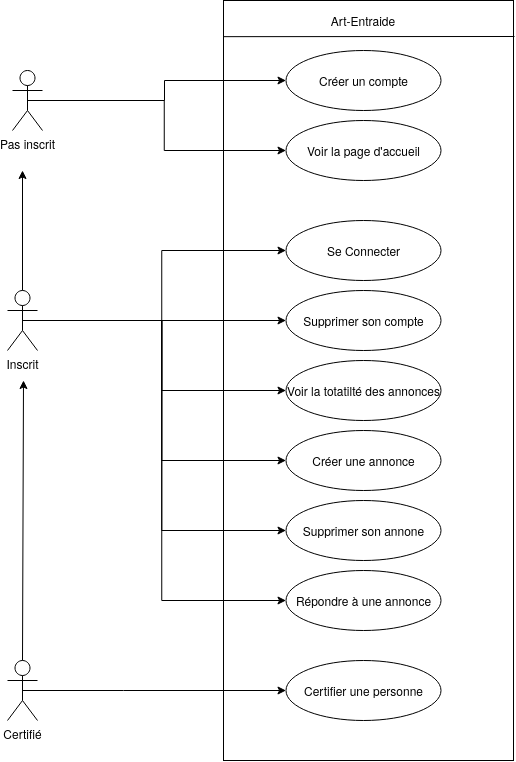
The draw.io diagram rapport/images/DCU.png in SkavenWannabe/ArtEntraide, before a commit. Source tidied: cells renumbered, new cells last; positions are measured from the earlier drawing's top-left corner, leaving out a move shared by most shapes. The source it was exported from:
```xml
<mxGraphModel>
  <root>
    <mxCell id="0" />
    <mxCell id="1" parent="0" />
    <mxCell id="2" style="rounded=0;whiteSpace=wrap;html=1;" parent="1" vertex="1">
      <mxGeometry x="216" width="290" height="760" as="geometry" />
    </mxCell>
    <mxCell id="3" style="edgeStyle=orthogonalEdgeStyle;rounded=0;jettySize=auto;html=1;entryX=0;entryY=0.5;entryDx=0;entryDy=0;shadow=0;sketch=0;exitX=0.5;exitY=0.5;exitDx=0;exitDy=0;exitPerimeter=0;" parent="1" edge="1" source="5" target="12">
      <mxGeometry relative="1" as="geometry">
        <Array as="points">
          <mxPoint x="157" y="100" />
          <mxPoint x="157" y="80" />
        </Array>
      </mxGeometry>
    </mxCell>
    <mxCell id="4" style="edgeStyle=orthogonalEdgeStyle;rounded=0;sketch=0;jettySize=auto;html=1;entryX=0;entryY=0.5;entryDx=0;entryDy=0;shadow=0;exitX=0.5;exitY=0.5;exitDx=0;exitDy=0;exitPerimeter=0;" parent="1" edge="1" source="5" target="8">
      <mxGeometry relative="1" as="geometry" />
    </mxCell>
    <mxCell id="5" value="&lt;div&gt;Pas inscrit&lt;br&gt;&lt;/div&gt;&lt;div&gt;&lt;br&gt;&lt;/div&gt;" style="shape=umlActor;verticalLabelPosition=bottom;verticalAlign=top;html=1;outlineConnect=0;" parent="1" vertex="1">
      <mxGeometry x="5" y="70" width="30" height="60" as="geometry" />
    </mxCell>
    <mxCell id="6" value="Art-Entraide" style="text;html=1;strokeColor=none;fillColor=none;align=center;verticalAlign=middle;whiteSpace=wrap;rounded=0;" parent="1" vertex="1">
      <mxGeometry x="316" y="10" width="80" height="20" as="geometry" />
    </mxCell>
    <mxCell id="7" value="Se Connecter" style="ellipse;whiteSpace=wrap;html=1;" parent="1" vertex="1">
      <mxGeometry x="278.5" y="220" width="155" height="60" as="geometry" />
    </mxCell>
    <mxCell id="8" value="Voir la page d'accueil" style="ellipse;whiteSpace=wrap;html=1;" parent="1" vertex="1">
      <mxGeometry x="278.5" y="120" width="155" height="60" as="geometry" />
    </mxCell>
    <mxCell id="9" value="Créer une annonce " style="ellipse;whiteSpace=wrap;html=1;" parent="1" vertex="1">
      <mxGeometry x="278.5" y="430" width="155" height="60" as="geometry" />
    </mxCell>
    <mxCell id="10" value="Répondre à une annonce " style="ellipse;whiteSpace=wrap;html=1;" parent="1" vertex="1">
      <mxGeometry x="278.5" y="570" width="155" height="60" as="geometry" />
    </mxCell>
    <mxCell id="11" value="Voir la totatilté des annonces" style="ellipse;whiteSpace=wrap;html=1;" parent="1" vertex="1">
      <mxGeometry x="278.5" y="360" width="155" height="60" as="geometry" />
    </mxCell>
    <mxCell id="12" value="Créer un compte" style="ellipse;whiteSpace=wrap;html=1;" parent="1" vertex="1">
      <mxGeometry x="278.5" y="50" width="155" height="60" as="geometry" />
    </mxCell>
    <mxCell id="13" style="edgeStyle=orthogonalEdgeStyle;rounded=0;sketch=0;jettySize=auto;html=1;exitX=0.5;exitY=0.5;exitDx=0;exitDy=0;exitPerimeter=0;entryX=0;entryY=0.5;entryDx=0;entryDy=0;shadow=0;" parent="1" edge="1" source="19" target="7">
      <mxGeometry relative="1" as="geometry" />
    </mxCell>
    <mxCell id="14" style="edgeStyle=orthogonalEdgeStyle;rounded=0;sketch=0;jettySize=auto;html=1;exitX=0.5;exitY=0.5;exitDx=0;exitDy=0;exitPerimeter=0;shadow=0;" parent="1" edge="1" source="19" target="20">
      <mxGeometry relative="1" as="geometry" />
    </mxCell>
    <mxCell id="15" style="edgeStyle=orthogonalEdgeStyle;rounded=0;sketch=0;jettySize=auto;html=1;exitX=0.5;exitY=0.5;exitDx=0;exitDy=0;exitPerimeter=0;entryX=0;entryY=0.5;entryDx=0;entryDy=0;shadow=0;" parent="1" edge="1" source="19" target="9">
      <mxGeometry relative="1" as="geometry" />
    </mxCell>
    <mxCell id="16" style="edgeStyle=orthogonalEdgeStyle;rounded=0;sketch=0;jettySize=auto;html=1;exitX=0.5;exitY=0.5;exitDx=0;exitDy=0;exitPerimeter=0;entryX=0;entryY=0.5;entryDx=0;entryDy=0;shadow=0;" parent="1" edge="1" source="19" target="21">
      <mxGeometry relative="1" as="geometry" />
    </mxCell>
    <mxCell id="17" style="edgeStyle=orthogonalEdgeStyle;rounded=0;sketch=0;jettySize=auto;html=1;exitX=0.5;exitY=0.5;exitDx=0;exitDy=0;exitPerimeter=0;entryX=0;entryY=0.5;entryDx=0;entryDy=0;shadow=0;" parent="1" edge="1" source="19" target="10">
      <mxGeometry relative="1" as="geometry" />
    </mxCell>
    <mxCell id="18" style="edgeStyle=orthogonalEdgeStyle;rounded=0;sketch=0;jettySize=auto;html=1;exitX=0.5;exitY=0.5;exitDx=0;exitDy=0;exitPerimeter=0;entryX=0;entryY=0.5;entryDx=0;entryDy=0;shadow=0;startArrow=none;startFill=0;endArrow=classic;endFill=1;" parent="1" edge="1" source="19" target="11">
      <mxGeometry relative="1" as="geometry" />
    </mxCell>
    <mxCell id="19" value="&lt;div&gt;Inscrit&lt;/div&gt;&lt;div&gt;&lt;br&gt;&lt;/div&gt;" style="shape=umlActor;verticalLabelPosition=bottom;verticalAlign=top;html=1;outlineConnect=0;" parent="1" vertex="1">
      <mxGeometry y="290" width="30" height="60" as="geometry" />
    </mxCell>
    <mxCell id="20" value="Supprimer son compte " style="ellipse;whiteSpace=wrap;html=1;" parent="1" vertex="1">
      <mxGeometry x="278.5" y="290" width="155" height="60" as="geometry" />
    </mxCell>
    <mxCell id="21" value="Supprimer son annone " style="ellipse;whiteSpace=wrap;html=1;" parent="1" vertex="1">
      <mxGeometry x="278.5" y="500" width="155" height="60" as="geometry" />
    </mxCell>
    <mxCell id="22" style="edgeStyle=orthogonalEdgeStyle;rounded=0;sketch=0;jettySize=auto;html=1;exitX=0.5;exitY=0.5;exitDx=0;exitDy=0;exitPerimeter=0;shadow=0;startArrow=none;startFill=0;endArrow=classic;endFill=1;" parent="1" edge="1" source="23" target="24">
      <mxGeometry relative="1" as="geometry">
        <Array as="points">
          <mxPoint x="116" y="690" />
          <mxPoint x="116" y="690" />
        </Array>
      </mxGeometry>
    </mxCell>
    <mxCell id="23" value="&lt;div&gt;Certifié&lt;/div&gt;&lt;div&gt;&lt;br&gt;&lt;/div&gt;" style="shape=umlActor;verticalLabelPosition=bottom;verticalAlign=top;html=1;outlineConnect=0;" parent="1" vertex="1">
      <mxGeometry y="660" width="30" height="60" as="geometry" />
    </mxCell>
    <mxCell id="24" value="Certifier une personne" style="ellipse;whiteSpace=wrap;html=1;" parent="1" vertex="1">
      <mxGeometry x="278.5" y="660" width="155" height="60" as="geometry" />
    </mxCell>
    <mxCell id="25" style="endArrow=none;html=1;shadow=0;entryX=-0.001;entryY=0.041;entryDx=0;entryDy=0;entryPerimeter=0;" parent="1" edge="1">
      <mxGeometry relative="1" as="geometry">
        <mxPoint x="507" y="36" as="sourcePoint" />
        <mxPoint x="215.7" y="36.2" as="targetPoint" />
      </mxGeometry>
    </mxCell>
    <mxCell id="26" style="endArrow=classic;html=1;shadow=0;exitX=0.5;exitY=0;exitDx=0;exitDy=0;exitPerimeter=0;" parent="1" edge="1" source="23">
      <mxGeometry relative="1" as="geometry">
        <mxPoint x="16" y="380" as="targetPoint" />
      </mxGeometry>
    </mxCell>
    <mxCell id="27" style="edgeStyle=orthogonalEdgeStyle;rounded=0;jettySize=auto;html=1;startArrow=classic;startFill=1;endArrow=none;endFill=0;" parent="1" edge="1" target="19">
      <mxGeometry relative="1" as="geometry">
        <mxPoint x="15" y="170" as="sourcePoint" />
      </mxGeometry>
    </mxCell>
  </root>
</mxGraphModel>
```
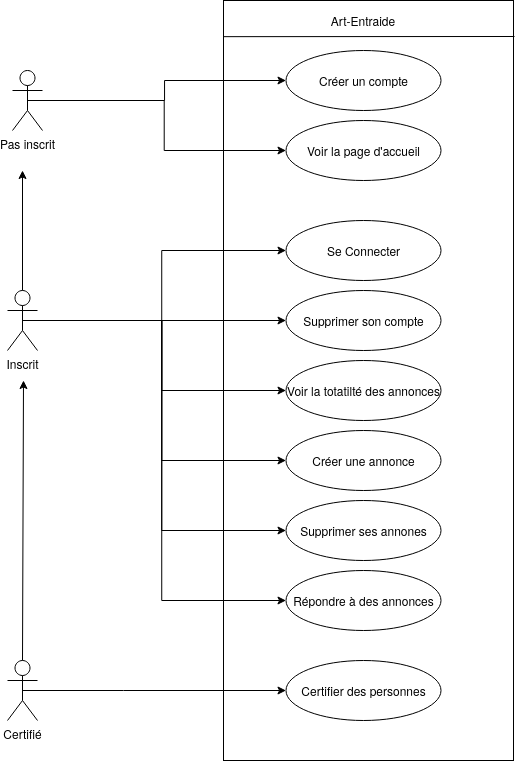
The same file after the commit.

Change to the diagram source:
```diff
@@ -31,7 +31,7 @@
     <mxCell id="9" value="Créer une annonce " style="ellipse;whiteSpace=wrap;html=1;" parent="1" vertex="1">
       <mxGeometry x="278.5" y="430" width="155" height="60" as="geometry" />
     </mxCell>
-    <mxCell id="10" value="Répondre à une annonce " style="ellipse;whiteSpace=wrap;html=1;" parent="1" vertex="1">
+    <mxCell id="10" value="Répondre à des annonces " style="ellipse;whiteSpace=wrap;html=1;" parent="1" vertex="1">
       <mxGeometry x="278.5" y="570" width="155" height="60" as="geometry" />
     </mxCell>
     <mxCell id="11" value="Voir la totatilté des annonces" style="ellipse;whiteSpace=wrap;html=1;" parent="1" vertex="1">
@@ -64,7 +64,7 @@
     <mxCell id="20" value="Supprimer son compte " style="ellipse;whiteSpace=wrap;html=1;" parent="1" vertex="1">
       <mxGeometry x="278.5" y="290" width="155" height="60" as="geometry" />
     </mxCell>
-    <mxCell id="21" value="Supprimer son annone " style="ellipse;whiteSpace=wrap;html=1;" parent="1" vertex="1">
+    <mxCell id="21" value="Supprimer ses annones " style="ellipse;whiteSpace=wrap;html=1;" parent="1" vertex="1">
       <mxGeometry x="278.5" y="500" width="155" height="60" as="geometry" />
     </mxCell>
     <mxCell id="22" style="edgeStyle=orthogonalEdgeStyle;rounded=0;sketch=0;jettySize=auto;html=1;exitX=0.5;exitY=0.5;exitDx=0;exitDy=0;exitPerimeter=0;shadow=0;startArrow=none;startFill=0;endArrow=classic;endFill=1;" parent="1" edge="1" source="23" target="24">
@@ -78,7 +78,7 @@
     <mxCell id="23" value="&lt;div&gt;Certifié&lt;/div&gt;&lt;div&gt;&lt;br&gt;&lt;/div&gt;" style="shape=umlActor;verticalLabelPosition=bottom;verticalAlign=top;html=1;outlineConnect=0;" parent="1" vertex="1">
       <mxGeometry y="660" width="30" height="60" as="geometry" />
     </mxCell>
-    <mxCell id="24" value="Certifier une personne" style="ellipse;whiteSpace=wrap;html=1;" parent="1" vertex="1">
+    <mxCell id="24" value="Certifier des personnes" style="ellipse;whiteSpace=wrap;html=1;" parent="1" vertex="1">
       <mxGeometry x="278.5" y="660" width="155" height="60" as="geometry" />
     </mxCell>
     <mxCell id="25" style="endArrow=none;html=1;shadow=0;entryX=-0.001;entryY=0.041;entryDx=0;entryDy=0;entryPerimeter=0;" parent="1" edge="1">
```
